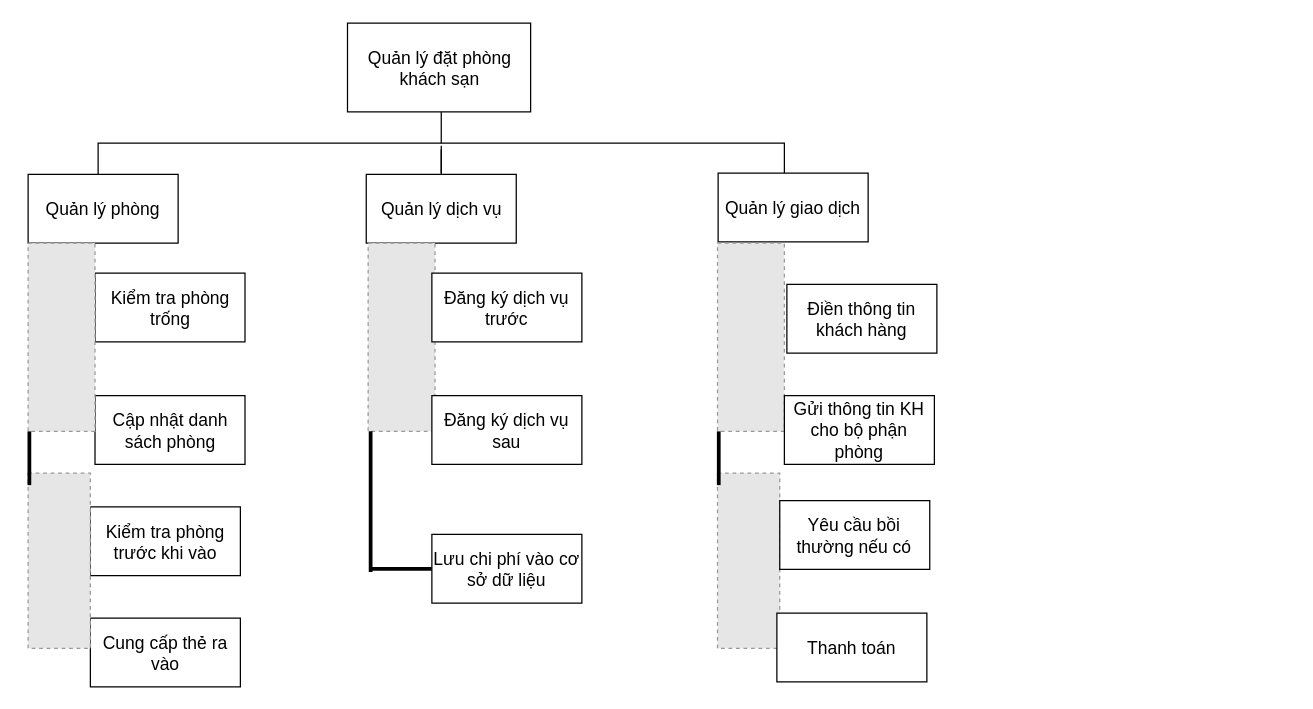
Before: chart_3.drawio in gakucode0602/Chart, a draw.io diagram. Source tidied: cells renumbered, new cells numbered last; positions are measured from the earlier drawing's top-left corner, leaving out a move shared by most shapes. Both pictures are drawn from the tidied source at 125%, with x=0, y=0 at pixel (22, 22). Pictures stored in the file or linked from it are replaced by grey dashed boxes.
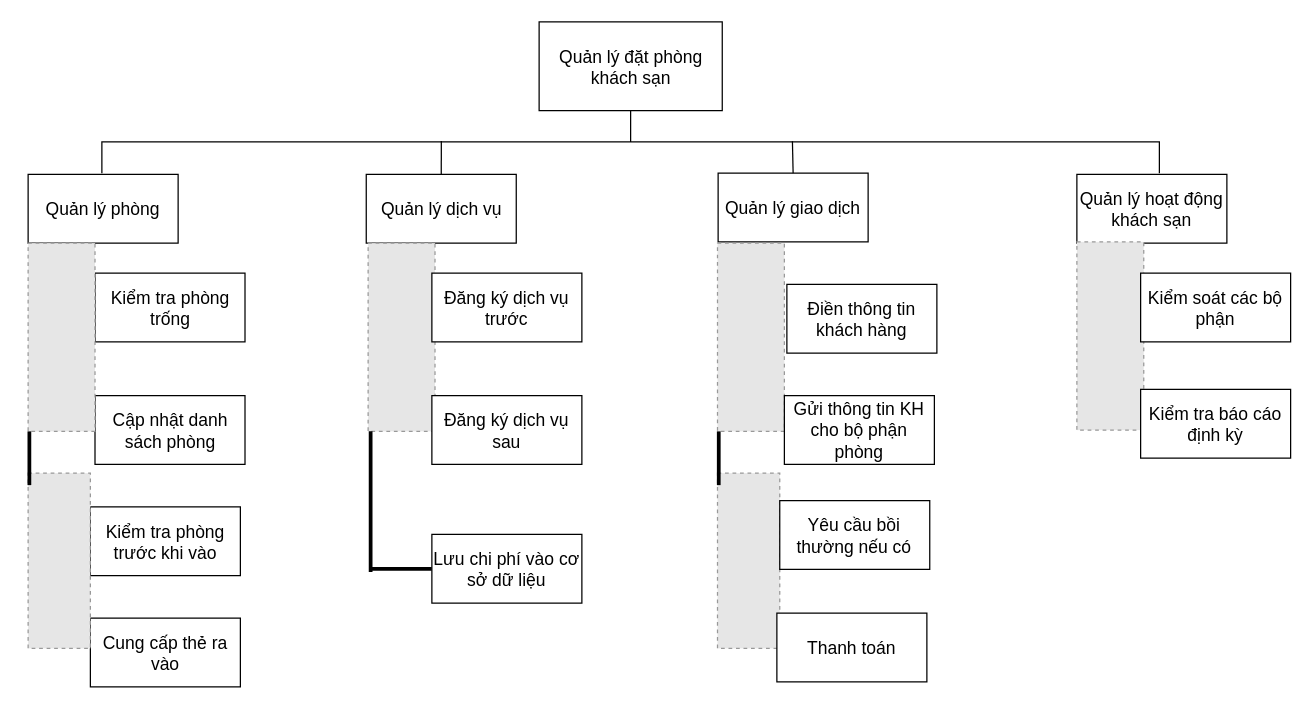
The same page after the edit.

Commit message:
Cập nhật chart_3.drawio

Unchanged cells that the change refers to:
```xml
<mxCell id="5" value="Quản lý giao dịch" style="rounded=0;whiteSpace=wrap;html=1;fontSize=14;strokeWidth=1;" parent="1" vertex="1">
  <mxGeometry x="556" y="120" width="120" height="55" as="geometry" />
</mxCell>
<mxCell id="7" value="Quản lý dịch vụ" style="rounded=0;whiteSpace=wrap;html=1;fontSize=14;strokeWidth=1;" parent="1" vertex="1">
  <mxGeometry x="274.5" y="121" width="120" height="55" as="geometry" />
</mxCell>
```

Change to the diagram source:
```diff
@@
     <mxCell id="2" value="Quản lý đặt phòng khách sạn" style="rounded=0;whiteSpace=wrap;html=1;fontSize=14;strokeWidth=1;" parent="1" vertex="1">
-      <mxGeometry x="259.5" width="146.5" height="71" as="geometry" />
+      <mxGeometry x="412.8" y="-1" width="146.5" height="71" as="geometry" />
     </mxCell>
     <mxCell id="3" style="strokeWidth=1;html=1;shape=mxgraph.flowchart.annotation_2;align=left;labelPosition=right;direction=south;fontSize=14;" parent="1" vertex="1">
-      <mxGeometry x="60" y="71" width="549" height="50" as="geometry" />
+      <mxGeometry x="63" y="70" width="846" height="50" as="geometry" />
     </mxCell>
@@
-    <mxCell id="6" style="edgeStyle=orthogonalEdgeStyle;rounded=0;jettySize=auto;html=1;" parent="1" edge="1" source="7" target="3">
-      <mxGeometry relative="1" as="geometry" />
-    </mxCell>
@@
-    <mxCell id="9" style="line;strokeWidth=1;direction=south;html=1;fontSize=14;" parent="1" vertex="1">
-      <mxGeometry x="329.5" y="98" width="10" height="22" as="geometry" />
-    </mxCell>
@@
+    <mxCell id="30" value="Quản lý hoạt động khách sạn" style="rounded=0;whiteSpace=wrap;html=1;fontSize=14;strokeWidth=1;" parent="1" vertex="1">
+      <mxGeometry x="843" y="121" width="120" height="55" as="geometry" />
+    </mxCell>
+    <mxCell id="6" style="endArrow=none;html=1;rounded=0;exitX=0.5;exitY=0;exitDx=0;exitDy=0;entryX=0.487;entryY=0.679;entryDx=0;entryDy=0;entryPerimeter=0;" parent="1" edge="1" source="7" target="3">
+      <mxGeometry relative="1" as="geometry" />
+    </mxCell>
+    <mxCell id="31" style="endArrow=none;html=1;rounded=0;exitX=0.5;exitY=0;exitDx=0;exitDy=0;entryX=0.491;entryY=0.347;entryDx=0;entryDy=0;entryPerimeter=0;" parent="1" edge="1" source="5" target="3">
+      <mxGeometry relative="1" as="geometry" />
+    </mxCell>
+    <mxCell id="32" style="fillColor=#E6E6E6;strokeColor=#999999;dashed=1;verticalLabelPosition=bottom;labelBackgroundColor=default;verticalAlign=top;fontSize=14;" parent="1" vertex="1">
+      <mxGeometry x="843" y="175" width="53.5" height="150.6" as="geometry" />
+    </mxCell>
+    <mxCell id="33" value="Kiểm soát các bộ phận" style="rounded=0;whiteSpace=wrap;html=1;fontSize=14;strokeWidth=1;" parent="1" vertex="1">
+      <mxGeometry x="894" y="200" width="120" height="55" as="geometry" />
+    </mxCell>
+    <mxCell id="34" value="Kiểm tra báo cáo định kỳ" style="rounded=0;whiteSpace=wrap;html=1;fontSize=14;strokeWidth=1;" parent="1" vertex="1">
+      <mxGeometry x="894" y="293" width="120" height="55" as="geometry" />
+    </mxCell>
```
